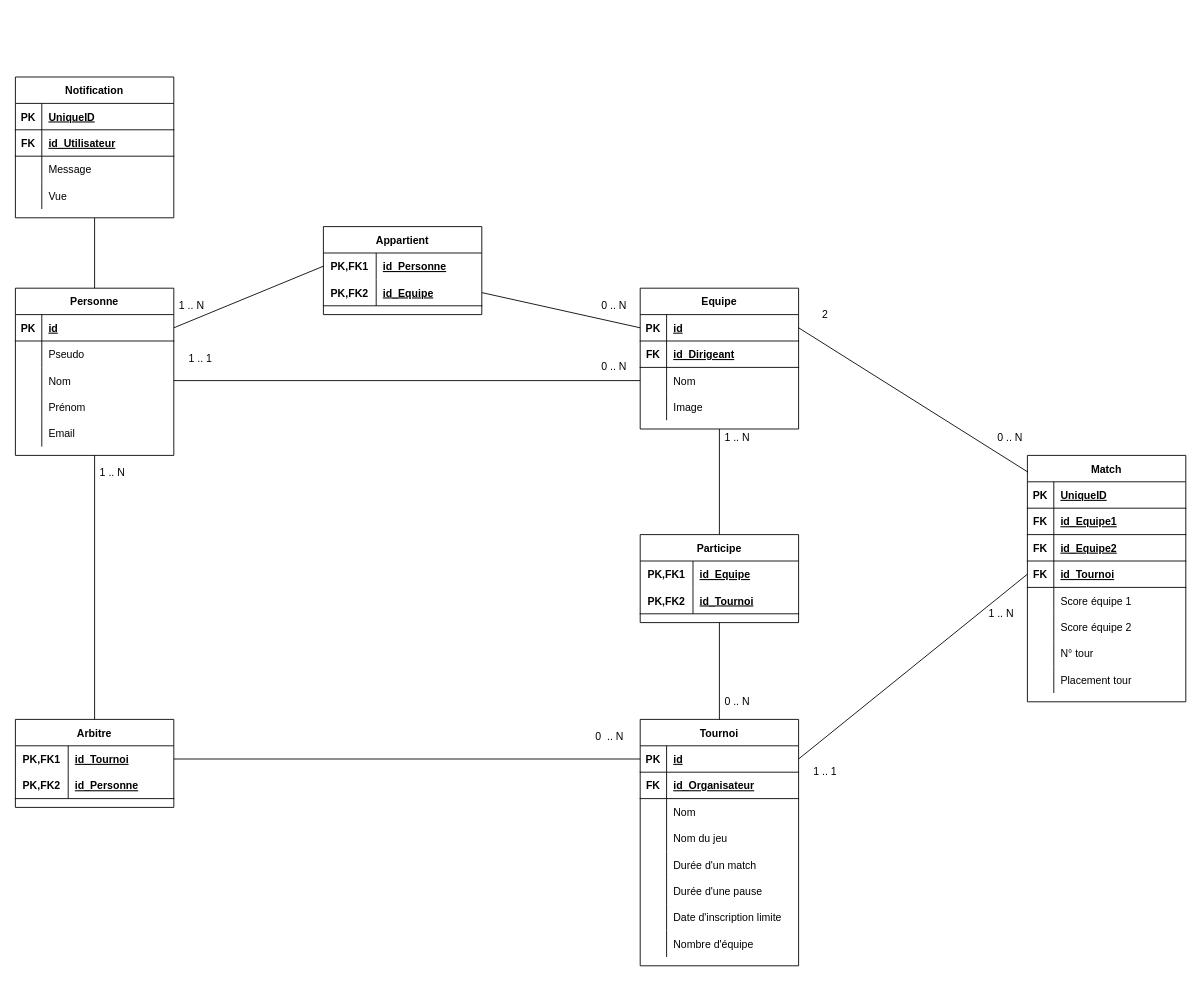
Before: Documentation/Schéma Relationel v2.drawio in HE-Arc/Wolves-Tournament-Master, a draw.io diagram. Source tidied: cells renumbered, new cells numbered last; positions are measured from the earlier drawing's top-left corner, leaving out a move shared by most shapes. Both pictures are drawn from the tidied source at 88%, with x=0, y=0 at pixel (15, 77).
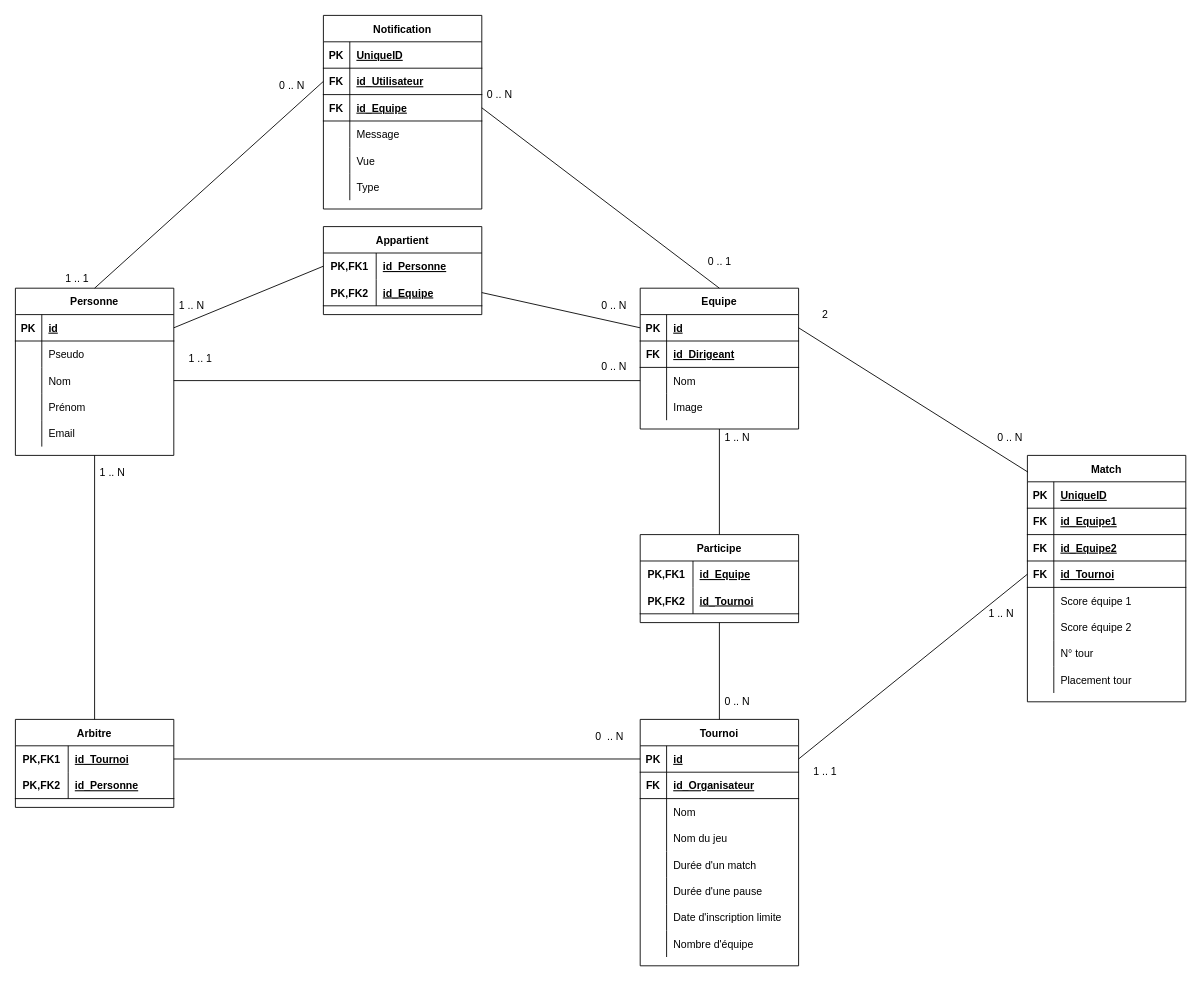
After the change.

The change refers to these unchanged cells:
```xml
<mxCell id="2" value="Personne" style="shape=table;startSize=30;childLayout=tableLayout;rowLines=0;fontStyle=1;align=center;" parent="1" vertex="1">
  <mxGeometry y="240" width="180" height="190" as="geometry" />
</mxCell>
<mxCell id="18" value="Equipe" style="shape=table;startSize=30;childLayout=tableLayout;rowLines=0;fontStyle=1;align=center;" parent="1" vertex="1">
  <mxGeometry x="710" y="240" width="180" height="160" as="geometry" />
</mxCell>
<mxCell id="127" style="shape=partialRectangle;fillColor=none;top=0;left=0;bottom=1;right=0;points=[[0,0.5],[1,0.5]];portConstraint=eastwest;" parent="123" vertex="1">
  <mxGeometry y="60" width="180" height="30" as="geometry" />
</mxCell>
```

The edit, as a diff of the source:
```diff
@@
     <mxCell id="123" value="Notification" style="shape=table;startSize=30;childLayout=tableLayout;rowLines=0;fontStyle=1;align=center;" parent="1" vertex="1">
-      <mxGeometry width="180" height="160" as="geometry" />
+      <mxGeometry x="350" y="-70" width="180" height="220" as="geometry" />
     </mxCell>
@@
+    <mxCell id="137" style="shape=partialRectangle;fillColor=none;top=0;left=0;bottom=1;right=0;points=[[0,0.5],[1,0.5]];portConstraint=eastwest;" parent="123" vertex="1">
+      <mxGeometry y="90" width="180" height="30" as="geometry" />
+    </mxCell>
+    <mxCell id="138" value="FK" style="shape=partialRectangle;fillColor=none;top=0;left=0;bottom=0;right=0;fontStyle=1;overflow=hidden;" parent="137" vertex="1">
+      <mxGeometry width="30" height="30" as="geometry" />
+    </mxCell>
+    <mxCell id="139" value="id_Equipe" style="shape=partialRectangle;fillColor=none;top=0;left=0;bottom=0;right=0;align=left;spacingLeft=6;fontStyle=5;overflow=hidden;" parent="137" vertex="1">
+      <mxGeometry x="30" width="150" height="30" as="geometry" />
+    </mxCell>
     <mxCell id="130" style="shape=partialRectangle;fillColor=none;top=0;left=0;bottom=0;right=0;" parent="123" vertex="1">
-      <mxGeometry y="90" width="180" height="30" as="geometry" />
+      <mxGeometry y="120" width="180" height="30" as="geometry" />
     </mxCell>
@@
     <mxCell id="133" style="shape=partialRectangle;fillColor=none;top=0;left=0;bottom=0;right=0;" parent="123" vertex="1">
-      <mxGeometry y="120" width="180" height="30" as="geometry" />
+      <mxGeometry y="150" width="180" height="30" as="geometry" />
     </mxCell>
@@
+    <mxCell id="140" style="shape=partialRectangle;fillColor=none;top=0;left=0;bottom=0;right=0;" parent="123" vertex="1">
+      <mxGeometry y="180" width="180" height="30" as="geometry" />
+    </mxCell>
+    <mxCell id="141" style="shape=partialRectangle;fillColor=none;top=0;left=0;bottom=0;right=0;overflow=hidden;" parent="140" vertex="1">
+      <mxGeometry width="30" height="30" as="geometry" />
+    </mxCell>
+    <mxCell id="142" value="Type" style="shape=partialRectangle;fillColor=none;top=0;left=0;bottom=0;right=0;align=left;spacingLeft=6;overflow=hidden;" parent="140" vertex="1">
+      <mxGeometry x="30" width="150" height="30" as="geometry" />
+    </mxCell>
-    <mxCell id="136" style="endArrow=none;html=1;exitX=0.5;exitY=0;exitDx=0;exitDy=0;entryX=0.5;entryY=1;entryDx=0;entryDy=0;" parent="1" edge="1" source="2" target="123">
+    <mxCell id="136" style="endArrow=none;html=1;exitX=0.5;exitY=0;exitDx=0;exitDy=0;entryX=0;entryY=0.5;entryDx=0;entryDy=0;" parent="1" edge="1" source="2" target="127">
       <mxGeometry relative="1" as="geometry" />
     </mxCell>
+    <mxCell id="143" value="1 .. 1" style="text;html=1;align=center;verticalAlign=middle;" parent="1" vertex="1">
+      <mxGeometry x="50" y="220" width="40" height="20" as="geometry" />
+    </mxCell>
+    <mxCell id="144" value="0 .. N" style="text;html=1;align=center;verticalAlign=middle;" parent="1" vertex="1">
+      <mxGeometry x="294" width="40" height="20" as="geometry" />
+    </mxCell>
+    <mxCell id="145" style="endArrow=none;html=1;exitX=0.5;exitY=0;exitDx=0;exitDy=0;entryX=1;entryY=0.5;entryDx=0;entryDy=0;" parent="1" edge="1" source="18" target="137">
+      <mxGeometry relative="1" as="geometry" />
+    </mxCell>
+    <mxCell id="146" value="0 .. 1" style="text;html=1;align=center;verticalAlign=middle;" parent="1" vertex="1">
+      <mxGeometry x="780" y="200" width="40" height="20" as="geometry" />
+    </mxCell>
+    <mxCell id="147" value="0 .. N" style="text;html=1;align=center;verticalAlign=middle;" parent="1" vertex="1">
+      <mxGeometry x="530" y="10" width="40" height="20" as="geometry" />
+    </mxCell>
```
